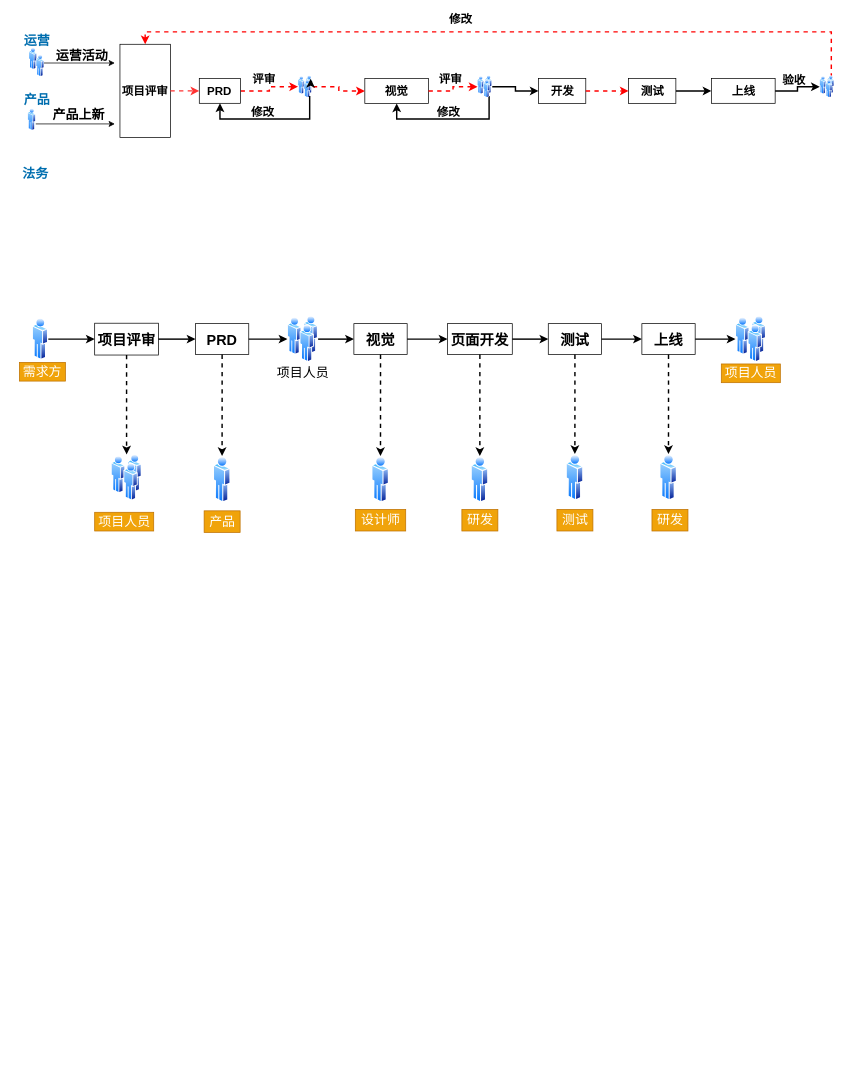
Above: page "配置平台2" (4 of 12) of Untitled Diagram.drawio in zyx1992/hexoDocs (draw.io), before the change. Source tidied: cells renumbered, new cells numbered last; positions are measured from the earlier drawing's top-left corner, leaving out a move shared by most shapes. Both pictures are drawn from the tidied source at 72%, with x=0, y=0 at pixel (19, 12).
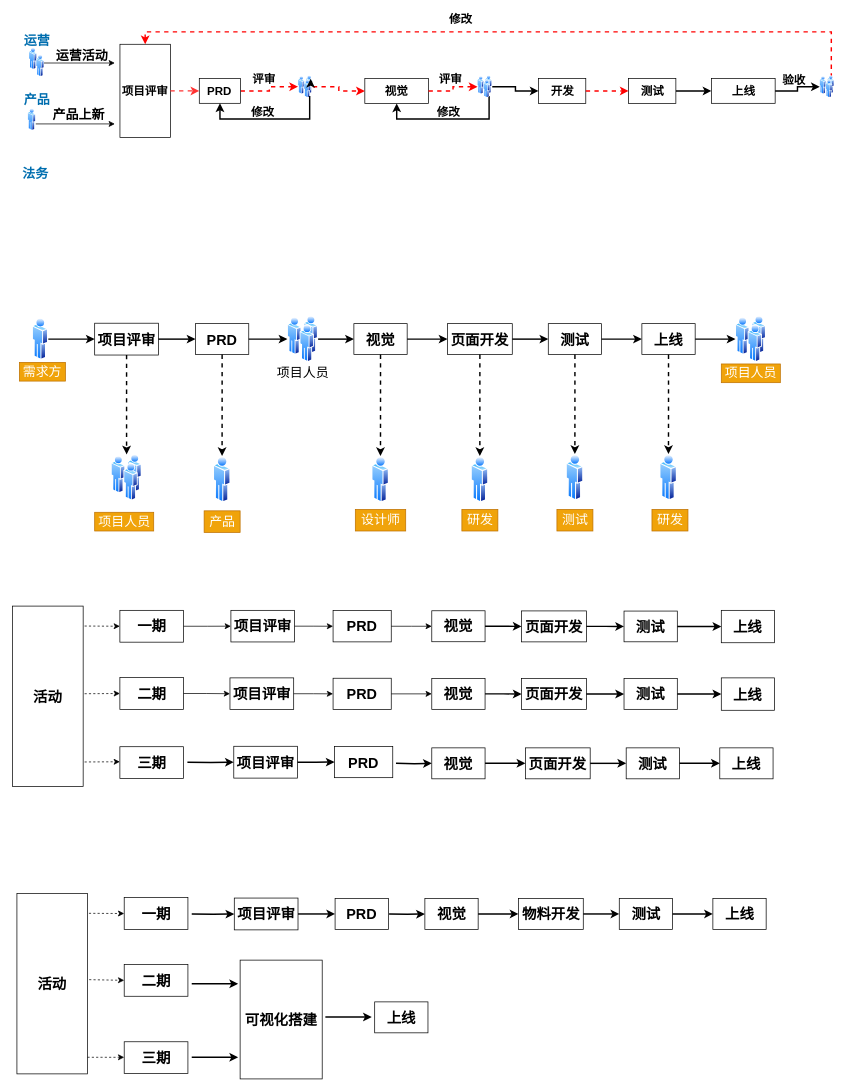
The same page after the edit.

Diff of the diagram source:
```diff
@@
+    <mxCell id="83" style="edgeStyle=orthogonalEdgeStyle;rounded=0;jettySize=auto;html=1;fontSize=15;" parent="1" edge="1" source="84" target="86">
+      <mxGeometry relative="1" as="geometry" />
+    </mxCell>
+    <mxCell id="84" value="&lt;font style=&quot;font-size: 20px;&quot;&gt;项目评审&lt;/font&gt;" style="rounded=0;whiteSpace=wrap;html=1;strokeColor=#000000;strokeWidth=1;fillColor=none;gradientColor=#ffffff;fontSize=20;fontColor=#000000;fontStyle=1;" parent="1" vertex="1">
+      <mxGeometry x="292.9" y="924" width="88.5" height="43.9" as="geometry" />
+    </mxCell>
+    <mxCell id="85" style="edgeStyle=orthogonalEdgeStyle;rounded=0;jettySize=auto;html=1;fontSize=15;" parent="1" edge="1" source="86" target="88">
+      <mxGeometry relative="1" as="geometry" />
+    </mxCell>
+    <mxCell id="86" value="&lt;span style=&quot;font-size: 20px;&quot;&gt;PRD&lt;/span&gt;" style="rounded=0;whiteSpace=wrap;html=1;strokeColor=#000000;strokeWidth=1;fillColor=none;gradientColor=#ffffff;fontSize=20;fontColor=#000000;fontStyle=1;" parent="1" vertex="1">
+      <mxGeometry x="436.1" y="924.5" width="80.8" height="43.4" as="geometry" />
+    </mxCell>
+    <mxCell id="87" style="edgeStyle=orthogonalEdgeStyle;rounded=0;jumpSize=7;jettySize=auto;html=1;strokeColor=#000000;strokeWidth=2;fontSize=20;fontColor=#000000;" parent="1" edge="1" source="88" target="90">
+      <mxGeometry relative="1" as="geometry" />
+    </mxCell>
+    <mxCell id="88" value="&lt;span style=&quot;font-size: 20px;&quot;&gt;视觉&lt;/span&gt;" style="rounded=0;whiteSpace=wrap;html=1;strokeColor=#000000;strokeWidth=1;fillColor=none;gradientColor=#ffffff;fontSize=20;fontColor=#000000;fontStyle=1;" parent="1" vertex="1">
+      <mxGeometry x="573.2" y="924.7" width="74" height="43" as="geometry" />
+    </mxCell>
+    <mxCell id="89" style="edgeStyle=orthogonalEdgeStyle;rounded=0;jumpSize=7;jettySize=auto;html=1;strokeColor=#000000;strokeWidth=2;fontSize=20;fontColor=#000000;" parent="1" edge="1" source="90" target="92">
+      <mxGeometry relative="1" as="geometry" />
+    </mxCell>
+    <mxCell id="90" value="&lt;span style=&quot;font-size: 20px&quot;&gt;页面开发&lt;/span&gt;" style="rounded=0;whiteSpace=wrap;html=1;strokeColor=#000000;strokeWidth=1;fillColor=none;gradientColor=#ffffff;fontSize=20;fontColor=#000000;fontStyle=1;" parent="1" vertex="1">
+      <mxGeometry x="697.9" y="924.9" width="90" height="43" as="geometry" />
+    </mxCell>
+    <mxCell id="91" style="edgeStyle=orthogonalEdgeStyle;rounded=0;jumpSize=7;jettySize=auto;html=1;strokeColor=#000000;strokeWidth=2;fontSize=20;fontColor=#000000;" parent="1" edge="1" source="92" target="93">
+      <mxGeometry relative="1" as="geometry" />
+    </mxCell>
+    <mxCell id="92" value="&lt;span style=&quot;font-size: 20px;&quot;&gt;测试&lt;/span&gt;" style="rounded=0;whiteSpace=wrap;html=1;strokeColor=#000000;strokeWidth=1;fillColor=none;gradientColor=#ffffff;fontSize=20;fontColor=#000000;fontStyle=1;" parent="1" vertex="1">
+      <mxGeometry x="840.2" y="925" width="74" height="42.7" as="geometry" />
+    </mxCell>
+    <mxCell id="93" value="&lt;span style=&quot;font-size: 20px;&quot;&gt;上线&lt;/span&gt;" style="rounded=0;whiteSpace=wrap;html=1;strokeColor=#000000;strokeWidth=1;fillColor=none;gradientColor=#ffffff;fontSize=20;fontColor=#000000;fontStyle=1;" parent="1" vertex="1">
+      <mxGeometry x="975.3" y="924" width="74" height="45" as="geometry" />
+    </mxCell>
+    <mxCell id="94" style="edgeStyle=orthogonalEdgeStyle;rounded=0;jumpSize=7;jettySize=auto;html=1;strokeColor=#000000;strokeWidth=2;fontSize=20;fontColor=#000000;" parent="1" edge="1" target="96">
+      <mxGeometry relative="1" as="geometry">
+        <mxPoint x="233.8" y="1041.1" as="sourcePoint" />
+      </mxGeometry>
+    </mxCell>
+    <mxCell id="95" style="edgeStyle=orthogonalEdgeStyle;rounded=0;jumpSize=7;jettySize=auto;html=1;strokeColor=#000000;strokeWidth=2;fontSize=20;fontColor=#000000;" parent="1" edge="1" source="96" target="97">
+      <mxGeometry relative="1" as="geometry" />
+    </mxCell>
+    <mxCell id="96" value="&lt;font style=&quot;font-size: 20px;&quot;&gt;项目评审&lt;/font&gt;" style="rounded=0;whiteSpace=wrap;html=1;strokeColor=#000000;strokeWidth=1;fillColor=none;gradientColor=#ffffff;fontSize=20;fontColor=#000000;fontStyle=1;" parent="1" vertex="1">
+      <mxGeometry x="298.2" y="1019" width="88.5" height="44.2" as="geometry" />
+    </mxCell>
+    <mxCell id="97" value="&lt;span style=&quot;font-size: 20px;&quot;&gt;PRD&lt;/span&gt;" style="rounded=0;whiteSpace=wrap;html=1;strokeColor=#000000;strokeWidth=1;fillColor=none;gradientColor=#ffffff;fontSize=20;fontColor=#000000;fontStyle=1;" parent="1" vertex="1">
+      <mxGeometry x="438.2" y="1019.2" width="80.8" height="43.4" as="geometry" />
+    </mxCell>
+    <mxCell id="98" style="edgeStyle=orthogonalEdgeStyle;rounded=0;jumpSize=7;jettySize=auto;html=1;strokeColor=#000000;strokeWidth=2;fontSize=20;fontColor=#000000;" parent="1" edge="1" target="100">
+      <mxGeometry relative="1" as="geometry">
+        <mxPoint x="523.5" y="1042.7" as="sourcePoint" />
+      </mxGeometry>
+    </mxCell>
+    <mxCell id="99" style="edgeStyle=orthogonalEdgeStyle;rounded=0;jumpSize=7;jettySize=auto;html=1;strokeColor=#000000;strokeWidth=2;fontSize=20;fontColor=#000000;" parent="1" edge="1" source="100" target="102">
+      <mxGeometry relative="1" as="geometry" />
+    </mxCell>
+    <mxCell id="100" value="&lt;span style=&quot;font-size: 20px;&quot;&gt;视觉&lt;/span&gt;" style="rounded=0;whiteSpace=wrap;html=1;strokeColor=#000000;strokeWidth=1;fillColor=none;gradientColor=#ffffff;fontSize=20;fontColor=#000000;fontStyle=1;" parent="1" vertex="1">
+      <mxGeometry x="573.2" y="1021.2" width="74" height="43" as="geometry" />
+    </mxCell>
+    <mxCell id="101" style="edgeStyle=orthogonalEdgeStyle;rounded=0;jumpSize=7;jettySize=auto;html=1;strokeColor=#000000;strokeWidth=2;fontSize=20;fontColor=#000000;" parent="1" edge="1" source="102" target="104">
+      <mxGeometry relative="1" as="geometry" />
+    </mxCell>
+    <mxCell id="102" value="&lt;span style=&quot;font-size: 20px&quot;&gt;页面开发&lt;/span&gt;" style="rounded=0;whiteSpace=wrap;html=1;strokeColor=#000000;strokeWidth=1;fillColor=none;gradientColor=#ffffff;fontSize=20;fontColor=#000000;fontStyle=1;" parent="1" vertex="1">
+      <mxGeometry x="703.2" y="1021.2" width="90" height="43" as="geometry" />
+    </mxCell>
+    <mxCell id="103" style="edgeStyle=orthogonalEdgeStyle;rounded=0;jumpSize=7;jettySize=auto;html=1;strokeColor=#000000;strokeWidth=2;fontSize=20;fontColor=#000000;" parent="1" edge="1" source="104" target="105">
+      <mxGeometry relative="1" as="geometry" />
+    </mxCell>
+    <mxCell id="104" value="&lt;span style=&quot;font-size: 20px;&quot;&gt;测试&lt;/span&gt;" style="rounded=0;whiteSpace=wrap;html=1;strokeColor=#000000;strokeWidth=1;fillColor=none;gradientColor=#ffffff;fontSize=20;fontColor=#000000;fontStyle=1;" parent="1" vertex="1">
+      <mxGeometry x="843.2" y="1021.2" width="74" height="43" as="geometry" />
+    </mxCell>
+    <mxCell id="105" value="&lt;span style=&quot;font-size: 20px;&quot;&gt;上线&lt;/span&gt;" style="rounded=0;whiteSpace=wrap;html=1;strokeColor=#000000;strokeWidth=1;fillColor=none;gradientColor=#ffffff;fontSize=20;fontColor=#000000;fontStyle=1;" parent="1" vertex="1">
+      <mxGeometry x="973.2" y="1021.2" width="74" height="43" as="geometry" />
+    </mxCell>
+    <mxCell id="106" style="edgeStyle=orthogonalEdgeStyle;rounded=0;jettySize=auto;html=1;fontSize=15;" parent="1" edge="1" source="107" target="139">
+      <mxGeometry relative="1" as="geometry" />
+    </mxCell>
+    <mxCell id="107" value="一期" style="rounded=0;whiteSpace=wrap;html=1;strokeColor=#000000;strokeWidth=1;fillColor=none;gradientColor=#ffffff;fontSize=20;fontColor=#000000;fontStyle=1;" parent="1" vertex="1">
+      <mxGeometry x="140" y="830.2" width="88.5" height="44.2" as="geometry" />
+    </mxCell>
+    <mxCell id="108" style="edgeStyle=orthogonalEdgeStyle;rounded=0;jettySize=auto;html=1;fontSize=15;" parent="1" edge="1" source="109" target="84">
+      <mxGeometry relative="1" as="geometry" />
+    </mxCell>
+    <mxCell id="109" value="二期" style="rounded=0;whiteSpace=wrap;html=1;strokeColor=#000000;strokeWidth=1;fillColor=none;gradientColor=#ffffff;fontSize=20;fontColor=#000000;fontStyle=1;" parent="1" vertex="1">
+      <mxGeometry x="140" y="923.6" width="88.5" height="44.2" as="geometry" />
+    </mxCell>
+    <mxCell id="110" value="三期" style="rounded=0;whiteSpace=wrap;html=1;strokeColor=#000000;strokeWidth=1;fillColor=none;gradientColor=#ffffff;fontSize=20;fontColor=#000000;fontStyle=1;" parent="1" vertex="1">
+      <mxGeometry x="140" y="1019.6" width="88.5" height="44.2" as="geometry" />
+    </mxCell>
+    <mxCell id="111" value="活动" style="rounded=0;whiteSpace=wrap;html=1;strokeColor=#000000;strokeWidth=1;fillColor=none;gradientColor=#ffffff;fontSize=20;fontColor=#000000;fontStyle=1;" parent="1" vertex="1">
+      <mxGeometry x="-9" y="824.3" width="98" height="250.7" as="geometry" />
+    </mxCell>
+    <mxCell id="112" style="endArrow=classic;html=1;dashed=1;fontSize=15;entryX=0;entryY=0.5;entryDx=0;entryDy=0;" parent="1" edge="1" target="107">
+      <mxGeometry relative="1" as="geometry">
+        <mxPoint x="91" y="852" as="sourcePoint" />
+      </mxGeometry>
+    </mxCell>
+    <mxCell id="113" style="endArrow=classic;html=1;dashed=1;fontSize=15;entryX=0;entryY=0.5;entryDx=0;entryDy=0;" parent="1" edge="1" target="109">
+      <mxGeometry relative="1" as="geometry">
+        <mxPoint x="91" y="946" as="sourcePoint" />
+      </mxGeometry>
+    </mxCell>
+    <mxCell id="114" style="edgeStyle=orthogonalEdgeStyle;rounded=0;jumpSize=7;jettySize=auto;html=1;strokeColor=#000000;strokeWidth=2;fontSize=20;fontColor=#000000;" parent="1" edge="1" target="116">
+      <mxGeometry relative="1" as="geometry">
+        <mxPoint x="239.8" y="1251.9" as="sourcePoint" />
+      </mxGeometry>
+    </mxCell>
+    <mxCell id="115" style="edgeStyle=orthogonalEdgeStyle;rounded=0;jumpSize=7;jettySize=auto;html=1;strokeColor=#000000;strokeWidth=2;fontSize=20;fontColor=#000000;" parent="1" edge="1" source="116" target="117">
+      <mxGeometry relative="1" as="geometry" />
+    </mxCell>
+    <mxCell id="116" value="&lt;font style=&quot;font-size: 20px;&quot;&gt;项目评审&lt;/font&gt;" style="rounded=0;whiteSpace=wrap;html=1;strokeColor=#000000;strokeWidth=1;fillColor=none;gradientColor=#ffffff;fontSize=20;fontColor=#000000;fontStyle=1;" parent="1" vertex="1">
+      <mxGeometry x="298.9" y="1229.8" width="88.5" height="44.2" as="geometry" />
+    </mxCell>
+    <mxCell id="117" value="&lt;span style=&quot;font-size: 20px;&quot;&gt;PRD&lt;/span&gt;" style="rounded=0;whiteSpace=wrap;html=1;strokeColor=#000000;strokeWidth=1;fillColor=none;gradientColor=#ffffff;fontSize=20;fontColor=#000000;fontStyle=1;" parent="1" vertex="1">
+      <mxGeometry x="438.9" y="1230.4" width="74" height="43" as="geometry" />
+    </mxCell>
+    <mxCell id="118" style="edgeStyle=orthogonalEdgeStyle;rounded=0;jumpSize=7;jettySize=auto;html=1;strokeColor=#000000;strokeWidth=2;fontSize=20;fontColor=#000000;" parent="1" edge="1" target="120">
+      <mxGeometry relative="1" as="geometry">
+        <mxPoint x="513.9" y="1251.9" as="sourcePoint" />
+      </mxGeometry>
+    </mxCell>
+    <mxCell id="119" style="edgeStyle=orthogonalEdgeStyle;rounded=0;jumpSize=7;jettySize=auto;html=1;strokeColor=#000000;strokeWidth=2;fontSize=20;fontColor=#000000;" parent="1" edge="1" source="120" target="122">
+      <mxGeometry relative="1" as="geometry" />
+    </mxCell>
+    <mxCell id="120" value="&lt;span style=&quot;font-size: 20px;&quot;&gt;视觉&lt;/span&gt;" style="rounded=0;whiteSpace=wrap;html=1;strokeColor=#000000;strokeWidth=1;fillColor=none;gradientColor=#ffffff;fontSize=20;fontColor=#000000;fontStyle=1;" parent="1" vertex="1">
+      <mxGeometry x="563.6" y="1230.4" width="74" height="43" as="geometry" />
+    </mxCell>
+    <mxCell id="121" style="edgeStyle=orthogonalEdgeStyle;rounded=0;jumpSize=7;jettySize=auto;html=1;strokeColor=#000000;strokeWidth=2;fontSize=20;fontColor=#000000;" parent="1" edge="1" source="122" target="124">
+      <mxGeometry relative="1" as="geometry" />
+    </mxCell>
+    <mxCell id="122" value="&lt;span style=&quot;font-size: 20px&quot;&gt;物料开发&lt;/span&gt;" style="rounded=0;whiteSpace=wrap;html=1;strokeColor=#000000;strokeWidth=1;fillColor=none;gradientColor=#ffffff;fontSize=20;fontColor=#000000;fontStyle=1;" parent="1" vertex="1">
+      <mxGeometry x="693.6" y="1230.4" width="90" height="43" as="geometry" />
+    </mxCell>
+    <mxCell id="123" style="edgeStyle=orthogonalEdgeStyle;rounded=0;jumpSize=7;jettySize=auto;html=1;strokeColor=#000000;strokeWidth=2;fontSize=20;fontColor=#000000;" parent="1" edge="1" source="124" target="125">
+      <mxGeometry relative="1" as="geometry" />
+    </mxCell>
+    <mxCell id="124" value="&lt;span style=&quot;font-size: 20px;&quot;&gt;测试&lt;/span&gt;" style="rounded=0;whiteSpace=wrap;html=1;strokeColor=#000000;strokeWidth=1;fillColor=none;gradientColor=#ffffff;fontSize=20;fontColor=#000000;fontStyle=1;" parent="1" vertex="1">
+      <mxGeometry x="833.6" y="1230.4" width="74" height="43" as="geometry" />
+    </mxCell>
+    <mxCell id="125" value="&lt;span style=&quot;font-size: 20px;&quot;&gt;上线&lt;/span&gt;" style="rounded=0;whiteSpace=wrap;html=1;strokeColor=#000000;strokeWidth=1;fillColor=none;gradientColor=#ffffff;fontSize=20;fontColor=#000000;fontStyle=1;" parent="1" vertex="1">
+      <mxGeometry x="963.6" y="1230.4" width="74" height="43" as="geometry" />
+    </mxCell>
+    <mxCell id="126" style="edgeStyle=orthogonalEdgeStyle;rounded=0;jumpSize=7;orthogonalLoop=1;jettySize=auto;html=1;strokeColor=#000000;strokeWidth=2;fontSize=20;fontColor=#000000;" parent="1" edge="1">
+      <mxGeometry relative="1" as="geometry">
+        <mxPoint x="239.8" y="1348.9" as="sourcePoint" />
+        <mxPoint x="304.2" y="1348.9" as="targetPoint" />
+      </mxGeometry>
+    </mxCell>
+    <mxCell id="127" style="edgeStyle=orthogonalEdgeStyle;rounded=0;jumpSize=7;orthogonalLoop=1;jettySize=auto;html=1;strokeColor=#000000;strokeWidth=2;fontSize=20;fontColor=#000000;" parent="1" edge="1">
+      <mxGeometry relative="1" as="geometry">
+        <mxPoint x="239.8" y="1450.9" as="sourcePoint" />
+        <mxPoint x="304.2" y="1450.9" as="targetPoint" />
+      </mxGeometry>
+    </mxCell>
+    <mxCell id="128" value="一期" style="rounded=0;whiteSpace=wrap;html=1;strokeColor=#000000;strokeWidth=1;fillColor=none;gradientColor=#ffffff;fontSize=20;fontColor=#000000;fontStyle=1;" parent="1" vertex="1">
+      <mxGeometry x="146" y="1229.2" width="88.5" height="44.2" as="geometry" />
+    </mxCell>
+    <mxCell id="129" value="二期" style="rounded=0;whiteSpace=wrap;html=1;strokeColor=#000000;strokeWidth=1;fillColor=none;gradientColor=#ffffff;fontSize=20;fontColor=#000000;fontStyle=1;" parent="1" vertex="1">
+      <mxGeometry x="146" y="1322" width="88.5" height="44.2" as="geometry" />
+    </mxCell>
+    <mxCell id="130" value="三期" style="rounded=0;whiteSpace=wrap;html=1;strokeColor=#000000;strokeWidth=1;fillColor=none;gradientColor=#ffffff;fontSize=20;fontColor=#000000;fontStyle=1;" parent="1" vertex="1">
+      <mxGeometry x="146" y="1429.4" width="88.5" height="44.2" as="geometry" />
+    </mxCell>
+    <mxCell id="131" value="活动" style="rounded=0;whiteSpace=wrap;html=1;strokeColor=#000000;strokeWidth=1;fillColor=none;gradientColor=#ffffff;fontSize=20;fontColor=#000000;fontStyle=1;" parent="1" vertex="1">
+      <mxGeometry x="-3" y="1223.3" width="98" height="250.7" as="geometry" />
+    </mxCell>
+    <mxCell id="132" style="endArrow=classic;html=1;dashed=1;fontSize=15;entryX=0;entryY=0.5;entryDx=0;entryDy=0;" parent="1" edge="1" target="128">
+      <mxGeometry relative="1" as="geometry">
+        <mxPoint x="97" y="1251" as="sourcePoint" />
+      </mxGeometry>
+    </mxCell>
+    <mxCell id="133" style="endArrow=classic;html=1;dashed=1;fontSize=15;entryX=0;entryY=0.5;entryDx=0;entryDy=0;exitX=1.024;exitY=0.478;exitDx=0;exitDy=0;exitPerimeter=0;" parent="1" edge="1" source="131" target="129">
+      <mxGeometry relative="1" as="geometry" />
+    </mxCell>
+    <mxCell id="134" style="endArrow=classic;html=1;dashed=1;fontSize=15;exitX=1;exitY=0.908;exitDx=0;exitDy=0;exitPerimeter=0;" parent="1" edge="1" source="131">
+      <mxGeometry relative="1" as="geometry">
+        <mxPoint x="146" y="1451" as="targetPoint" />
+      </mxGeometry>
+    </mxCell>
+    <mxCell id="135" value="可视化搭建" style="rounded=0;whiteSpace=wrap;html=1;strokeColor=#000000;strokeWidth=1;fillColor=none;gradientColor=#ffffff;fontSize=20;fontColor=#000000;fontStyle=1;" parent="1" vertex="1">
+      <mxGeometry x="307" y="1316" width="114" height="165" as="geometry" />
+    </mxCell>
+    <mxCell id="136" value="&lt;span style=&quot;font-size: 20px;&quot;&gt;上线&lt;/span&gt;" style="rounded=0;whiteSpace=wrap;html=1;strokeColor=#000000;strokeWidth=1;fillColor=none;gradientColor=#ffffff;fontSize=20;fontColor=#000000;fontStyle=1;" parent="1" vertex="1">
+      <mxGeometry x="493.9" y="1374" width="74" height="43" as="geometry" />
+    </mxCell>
+    <mxCell id="137" style="edgeStyle=orthogonalEdgeStyle;rounded=0;jumpSize=7;orthogonalLoop=1;jettySize=auto;html=1;strokeColor=#000000;strokeWidth=2;fontSize=20;fontColor=#000000;" parent="1" edge="1">
+      <mxGeometry relative="1" as="geometry">
+        <mxPoint x="425.4" y="1395" as="sourcePoint" />
+        <mxPoint x="489.8" y="1395" as="targetPoint" />
+      </mxGeometry>
+    </mxCell>
+    <mxCell id="138" style="edgeStyle=orthogonalEdgeStyle;rounded=0;jettySize=auto;html=1;fontSize=15;" parent="1" edge="1" source="139" target="141">
+      <mxGeometry relative="1" as="geometry" />
+    </mxCell>
+    <mxCell id="139" value="&lt;font style=&quot;font-size: 20px;&quot;&gt;项目评审&lt;/font&gt;" style="rounded=0;whiteSpace=wrap;html=1;strokeColor=#000000;strokeWidth=1;fillColor=none;gradientColor=#ffffff;fontSize=20;fontColor=#000000;fontStyle=1;" parent="1" vertex="1">
+      <mxGeometry x="294.2" y="830.2" width="88.5" height="43.9" as="geometry" />
+    </mxCell>
+    <mxCell id="140" style="edgeStyle=orthogonalEdgeStyle;rounded=0;jettySize=auto;html=1;fontSize=15;" parent="1" edge="1" source="141" target="143">
+      <mxGeometry relative="1" as="geometry" />
+    </mxCell>
+    <mxCell id="141" value="&lt;span style=&quot;font-size: 20px;&quot;&gt;PRD&lt;/span&gt;" style="rounded=0;whiteSpace=wrap;html=1;strokeColor=#000000;strokeWidth=1;fillColor=none;gradientColor=#ffffff;fontSize=20;fontColor=#000000;fontStyle=1;" parent="1" vertex="1">
+      <mxGeometry x="436.1" y="830.6" width="80.8" height="43.4" as="geometry" />
+    </mxCell>
+    <mxCell id="142" style="edgeStyle=orthogonalEdgeStyle;rounded=0;jumpSize=7;jettySize=auto;html=1;strokeColor=#000000;strokeWidth=2;fontSize=20;fontColor=#000000;" parent="1" edge="1" source="143" target="145">
+      <mxGeometry relative="1" as="geometry" />
+    </mxCell>
+    <mxCell id="143" value="&lt;span style=&quot;font-size: 20px;&quot;&gt;视觉&lt;/span&gt;" style="rounded=0;whiteSpace=wrap;html=1;strokeColor=#000000;strokeWidth=1;fillColor=none;gradientColor=#ffffff;fontSize=20;fontColor=#000000;fontStyle=1;" parent="1" vertex="1">
+      <mxGeometry x="573.2" y="830.8" width="74" height="43" as="geometry" />
+    </mxCell>
+    <mxCell id="144" style="edgeStyle=orthogonalEdgeStyle;rounded=0;jumpSize=7;jettySize=auto;html=1;strokeColor=#000000;strokeWidth=2;fontSize=20;fontColor=#000000;" parent="1" edge="1" source="145" target="147">
+      <mxGeometry relative="1" as="geometry" />
+    </mxCell>
+    <mxCell id="145" value="&lt;span style=&quot;font-size: 20px&quot;&gt;页面开发&lt;/span&gt;" style="rounded=0;whiteSpace=wrap;html=1;strokeColor=#000000;strokeWidth=1;fillColor=none;gradientColor=#ffffff;fontSize=20;fontColor=#000000;fontStyle=1;" parent="1" vertex="1">
+      <mxGeometry x="697.9" y="831" width="90" height="43" as="geometry" />
+    </mxCell>
+    <mxCell id="146" style="edgeStyle=orthogonalEdgeStyle;rounded=0;jumpSize=7;jettySize=auto;html=1;strokeColor=#000000;strokeWidth=2;fontSize=20;fontColor=#000000;" parent="1" edge="1" source="147" target="148">
+      <mxGeometry relative="1" as="geometry" />
+    </mxCell>
+    <mxCell id="147" value="&lt;span style=&quot;font-size: 20px;&quot;&gt;测试&lt;/span&gt;" style="rounded=0;whiteSpace=wrap;html=1;strokeColor=#000000;strokeWidth=1;fillColor=none;gradientColor=#ffffff;fontSize=20;fontColor=#000000;fontStyle=1;" parent="1" vertex="1">
+      <mxGeometry x="840.2" y="831.2" width="74" height="42.7" as="geometry" />
+    </mxCell>
+    <mxCell id="148" value="&lt;span style=&quot;font-size: 20px;&quot;&gt;上线&lt;/span&gt;" style="rounded=0;whiteSpace=wrap;html=1;strokeColor=#000000;strokeWidth=1;fillColor=none;gradientColor=#ffffff;fontSize=20;fontColor=#000000;fontStyle=1;" parent="1" vertex="1">
+      <mxGeometry x="975.3" y="830.2" width="74" height="45" as="geometry" />
+    </mxCell>
+    <mxCell id="149" style="endArrow=classic;html=1;dashed=1;fontSize=15;entryX=0;entryY=0.5;entryDx=0;entryDy=0;" parent="1" edge="1">
+      <mxGeometry relative="1" as="geometry">
+        <mxPoint x="91" y="1040.8" as="sourcePoint" />
+        <mxPoint x="140" y="1040.5" as="targetPoint" />
+      </mxGeometry>
+    </mxCell>
```
